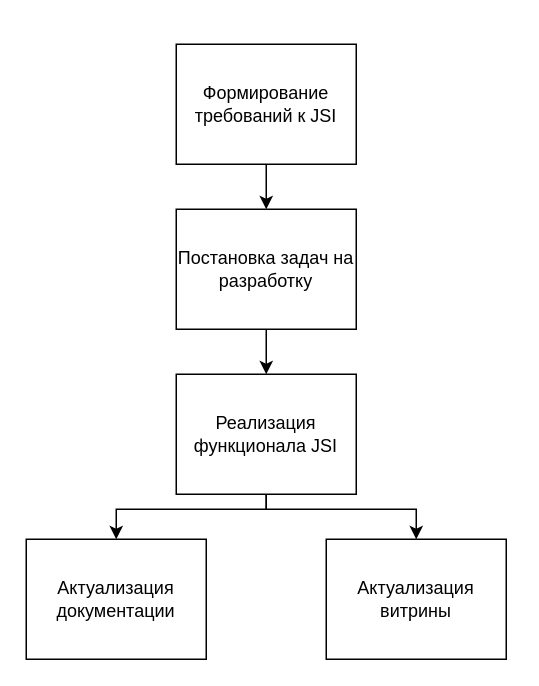
The draw.io diagram dc-webview-old-flow.drawio in Lomovskiy/drawio, before the edit. Source tidied: cells renumbered, new cells numbered last; positions are measured from the earlier drawing's top-left corner, leaving out a move shared by most shapes. Both pictures are drawn from the tidied source at 150%, with x=0, y=0 at pixel (26, 44).
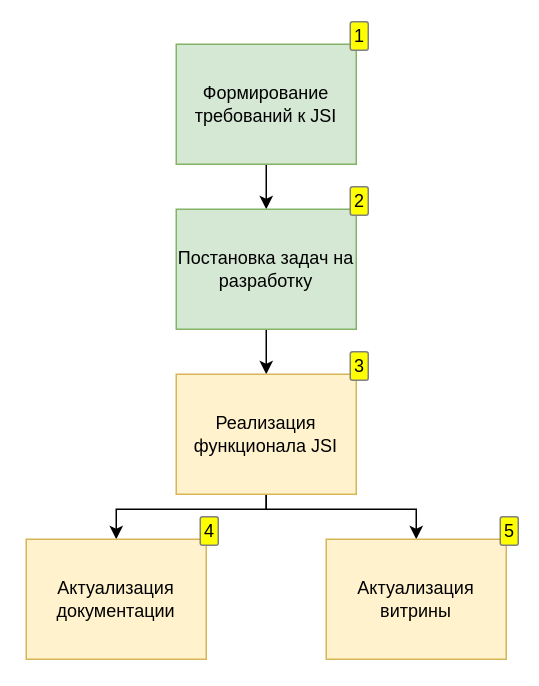
The same diagram, later.

What changed in the source:
```diff
@@
 <mxGraphModel>
   <root>
     <mxCell id="0" />
     <mxCell id="1" parent="0" />
     <mxCell id="2" style="edgeStyle=orthogonalEdgeStyle;rounded=0;jettySize=auto;html=1;exitX=0.5;exitY=1;exitDx=0;exitDy=0;entryX=0.5;entryY=0;entryDx=0;entryDy=0;" parent="1" edge="1" source="3" target="5">
       <mxGeometry relative="1" as="geometry" />
     </mxCell>
-    <mxCell id="3" value="Формирование требований к JSI" style="rounded=0;whiteSpace=wrap;html=1;" parent="1" vertex="1">
+    <mxCell id="3" value="Формирование требований к JSI" style="rounded=0;whiteSpace=wrap;html=1;enumerate=1;fillColor=#d5e8d4;strokeColor=#82b366;" parent="1" vertex="1">
       <mxGeometry x="100" width="120" height="80" as="geometry" />
     </mxCell>
     <mxCell id="4" style="edgeStyle=orthogonalEdgeStyle;rounded=0;jettySize=auto;html=1;exitX=0.5;exitY=1;exitDx=0;exitDy=0;entryX=0.5;entryY=0;entryDx=0;entryDy=0;" parent="1" edge="1" source="5" target="8">
       <mxGeometry relative="1" as="geometry" />
     </mxCell>
-    <mxCell id="5" value="Постановка задач на разработку" style="rounded=0;whiteSpace=wrap;html=1;" parent="1" vertex="1">
+    <mxCell id="5" value="Постановка задач на разработку" style="rounded=0;whiteSpace=wrap;html=1;enumerate=1;fillColor=#d5e8d4;strokeColor=#82b366;" parent="1" vertex="1">
       <mxGeometry x="100" y="110" width="120" height="80" as="geometry" />
     </mxCell>
     <mxCell id="6" style="edgeStyle=orthogonalEdgeStyle;rounded=0;jettySize=auto;html=1;exitX=0.5;exitY=1;exitDx=0;exitDy=0;entryX=0.5;entryY=0;entryDx=0;entryDy=0;" parent="1" edge="1" source="8" target="9">
       <mxGeometry relative="1" as="geometry">
         <Array as="points">
           <mxPoint x="160" y="310" />
           <mxPoint x="60" y="310" />
         </Array>
       </mxGeometry>
     </mxCell>
     <mxCell id="7" style="edgeStyle=orthogonalEdgeStyle;rounded=0;jettySize=auto;html=1;exitX=0.5;exitY=1;exitDx=0;exitDy=0;entryX=0.5;entryY=0;entryDx=0;entryDy=0;" parent="1" edge="1" source="8" target="10">
       <mxGeometry relative="1" as="geometry">
         <Array as="points">
           <mxPoint x="160" y="310" />
           <mxPoint x="260" y="310" />
         </Array>
       </mxGeometry>
     </mxCell>
-    <mxCell id="8" value="Реализация функционала JSI" style="rounded=0;whiteSpace=wrap;html=1;" parent="1" vertex="1">
+    <mxCell id="8" value="Реализация функционала JSI" style="rounded=0;whiteSpace=wrap;html=1;enumerate=1;fillColor=#fff2cc;strokeColor=#d6b656;" parent="1" vertex="1">
       <mxGeometry x="100" y="220" width="120" height="80" as="geometry" />
     </mxCell>
-    <mxCell id="9" value="Актуализация документации" style="rounded=0;whiteSpace=wrap;html=1;" parent="1" vertex="1">
+    <mxCell id="9" value="Актуализация документации" style="rounded=0;whiteSpace=wrap;html=1;enumerate=1;fillColor=#fff2cc;strokeColor=#d6b656;" parent="1" vertex="1">
       <mxGeometry y="330" width="120" height="80" as="geometry" />
     </mxCell>
-    <mxCell id="10" value="Актуализация витрины" style="rounded=0;whiteSpace=wrap;html=1;" parent="1" vertex="1">
+    <mxCell id="10" value="Актуализация витрины" style="rounded=0;whiteSpace=wrap;html=1;enumerate=1;fillColor=#fff2cc;strokeColor=#d6b656;" parent="1" vertex="1">
       <mxGeometry x="200" y="330" width="120" height="80" as="geometry" />
     </mxCell>
   </root>
 </mxGraphModel>
```
